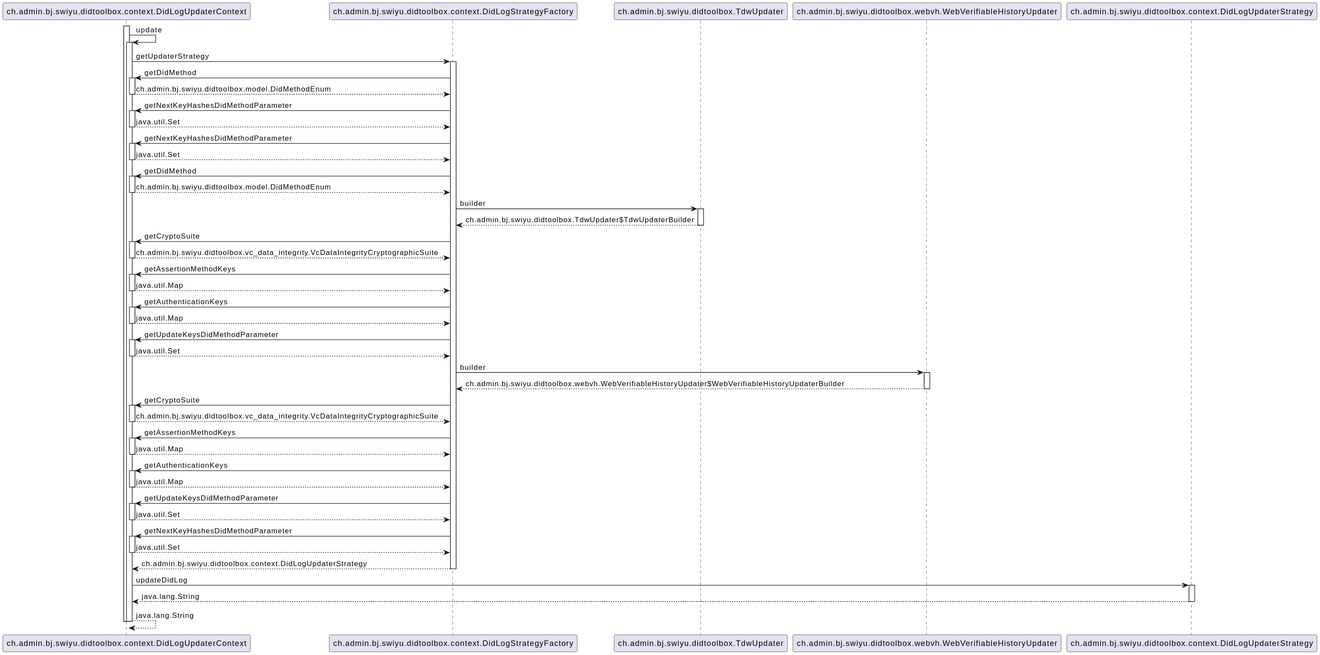
Above: src/main/plantuml/DidLogUpdaterContext-update.svg in swiyu-admin-ch/didtoolbox-java (PlantUML), before the change.
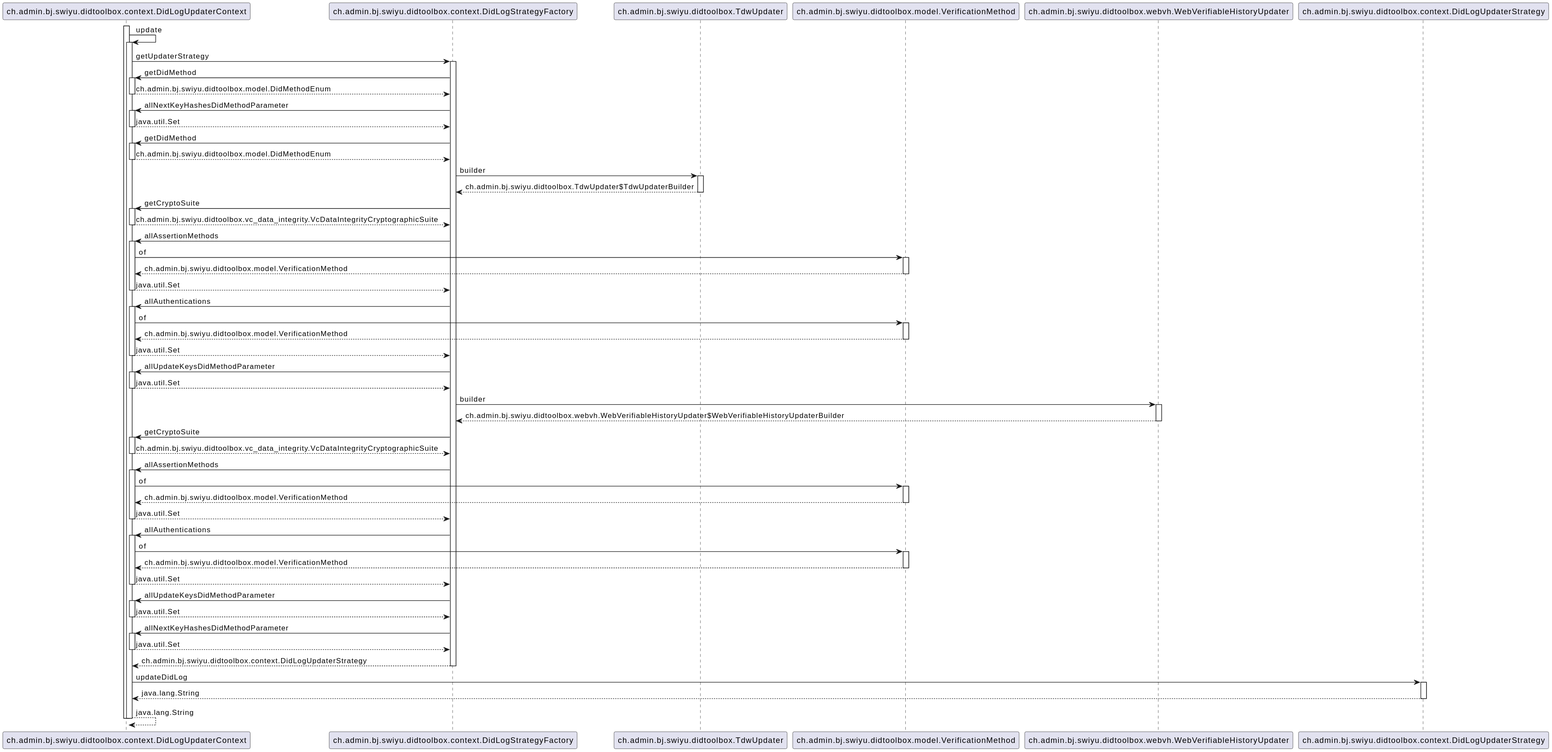
After the commit.

Change to the diagram source:
```diff
@@ -2,6 +2,7 @@
 participant ch.admin.bj.swiyu.didtoolbox.context.DidLogUpdaterContext
 participant ch.admin.bj.swiyu.didtoolbox.context.DidLogStrategyFactory
 participant ch.admin.bj.swiyu.didtoolbox.TdwUpdater
+participant ch.admin.bj.swiyu.didtoolbox.model.VerificationMethod
 participant ch.admin.bj.swiyu.didtoolbox.webvh.WebVerifiableHistoryUpdater
 participant ch.admin.bj.swiyu.didtoolbox.context.DidLogUpdaterStrategy
 
@@ -14,11 +15,7 @@
 			activate ch.admin.bj.swiyu.didtoolbox.context.DidLogUpdaterContext
 				ch.admin.bj.swiyu.didtoolbox.context.DidLogUpdaterContext --> ch.admin.bj.swiyu.didtoolbox.context.DidLogStrategyFactory : ch.admin.bj.swiyu.didtoolbox.model.DidMethodEnum
 			deactivate ch.admin.bj.swiyu.didtoolbox.context.DidLogUpdaterContext
-			ch.admin.bj.swiyu.didtoolbox.context.DidLogStrategyFactory -> ch.admin.bj.swiyu.didtoolbox.context.DidLogUpdaterContext : getNextKeyHashesDidMethodParameter
-			activate ch.admin.bj.swiyu.didtoolbox.context.DidLogUpdaterContext
-				ch.admin.bj.swiyu.didtoolbox.context.DidLogUpdaterContext --> ch.admin.bj.swiyu.didtoolbox.context.DidLogStrategyFactory : java.util.Set
-			deactivate ch.admin.bj.swiyu.didtoolbox.context.DidLogUpdaterContext
-			ch.admin.bj.swiyu.didtoolbox.context.DidLogStrategyFactory -> ch.admin.bj.swiyu.didtoolbox.context.DidLogUpdaterContext : getNextKeyHashesDidMethodParameter
+			ch.admin.bj.swiyu.didtoolbox.context.DidLogStrategyFactory -> ch.admin.bj.swiyu.didtoolbox.context.DidLogUpdaterContext : allNextKeyHashesDidMethodParameter
 			activate ch.admin.bj.swiyu.didtoolbox.context.DidLogUpdaterContext
 				ch.admin.bj.swiyu.didtoolbox.context.DidLogUpdaterContext --> ch.admin.bj.swiyu.didtoolbox.context.DidLogStrategyFactory : java.util.Set
 			deactivate ch.admin.bj.swiyu.didtoolbox.context.DidLogUpdaterContext
@@ -34,15 +31,23 @@
 			activate ch.admin.bj.swiyu.didtoolbox.context.DidLogUpdaterContext
 				ch.admin.bj.swiyu.didtoolbox.context.DidLogUpdaterContext --> ch.admin.bj.swiyu.didtoolbox.context.DidLogStrategyFactory : ch.admin.bj.swiyu.didtoolbox.vc_data_integrity.VcDataIntegrityCryptographicSuite
 			deactivate ch.admin.bj.swiyu.didtoolbox.context.DidLogUpdaterContext
-			ch.admin.bj.swiyu.didtoolbox.context.DidLogStrategyFactory -> ch.admin.bj.swiyu.didtoolbox.context.DidLogUpdaterContext : getAssertionMethodKeys
+			ch.admin.bj.swiyu.didtoolbox.context.DidLogStrategyFactory -> ch.admin.bj.swiyu.didtoolbox.context.DidLogUpdaterContext : allAssertionMethods
 			activate ch.admin.bj.swiyu.didtoolbox.context.DidLogUpdaterContext
-				ch.admin.bj.swiyu.didtoolbox.context.DidLogUpdaterContext --> ch.admin.bj.swiyu.didtoolbox.context.DidLogStrategyFactory : java.util.Map
+				ch.admin.bj.swiyu.didtoolbox.context.DidLogUpdaterContext -> ch.admin.bj.swiyu.didtoolbox.model.VerificationMethod : of
+				activate ch.admin.bj.swiyu.didtoolbox.model.VerificationMethod
+					ch.admin.bj.swiyu.didtoolbox.model.VerificationMethod --> ch.admin.bj.swiyu.didtoolbox.context.DidLogUpdaterContext : ch.admin.bj.swiyu.didtoolbox.model.VerificationMethod
+				deactivate ch.admin.bj.swiyu.didtoolbox.model.VerificationMethod
+				ch.admin.bj.swiyu.didtoolbox.context.DidLogUpdaterContext --> ch.admin.bj.swiyu.didtoolbox.context.DidLogStrategyFactory : java.util.Set
 			deactivate ch.admin.bj.swiyu.didtoolbox.context.DidLogUpdaterContext
-			ch.admin.bj.swiyu.didtoolbox.context.DidLogStrategyFactory -> ch.admin.bj.swiyu.didtoolbox.context.DidLogUpdaterContext : getAuthenticationKeys
+			ch.admin.bj.swiyu.didtoolbox.context.DidLogStrategyFactory -> ch.admin.bj.swiyu.didtoolbox.context.DidLogUpdaterContext : allAuthentications
 			activate ch.admin.bj.swiyu.didtoolbox.context.DidLogUpdaterContext
-				ch.admin.bj.swiyu.didtoolbox.context.DidLogUpdaterContext --> ch.admin.bj.swiyu.didtoolbox.context.DidLogStrategyFactory : java.util.Map
+				ch.admin.bj.swiyu.didtoolbox.context.DidLogUpdaterContext -> ch.admin.bj.swiyu.didtoolbox.model.VerificationMethod : of
+				activate ch.admin.bj.swiyu.didtoolbox.model.VerificationMethod
+					ch.admin.bj.swiyu.didtoolbox.model.VerificationMethod --> ch.admin.bj.swiyu.didtoolbox.context.DidLogUpdaterContext : ch.admin.bj.swiyu.didtoolbox.model.VerificationMethod
+				deactivate ch.admin.bj.swiyu.didtoolbox.model.VerificationMethod
+				ch.admin.bj.swiyu.didtoolbox.context.DidLogUpdaterContext --> ch.admin.bj.swiyu.didtoolbox.context.DidLogStrategyFactory : java.util.Set
 			deactivate ch.admin.bj.swiyu.didtoolbox.context.DidLogUpdaterContext
-			ch.admin.bj.swiyu.didtoolbox.context.DidLogStrategyFactory -> ch.admin.bj.swiyu.didtoolbox.context.DidLogUpdaterContext : getUpdateKeysDidMethodParameter
+			ch.admin.bj.swiyu.didtoolbox.context.DidLogStrategyFactory -> ch.admin.bj.swiyu.didtoolbox.context.DidLogUpdaterContext : allUpdateKeysDidMethodParameter
 			activate ch.admin.bj.swiyu.didtoolbox.context.DidLogUpdaterContext
 				ch.admin.bj.swiyu.didtoolbox.context.DidLogUpdaterContext --> ch.admin.bj.swiyu.didtoolbox.context.DidLogStrategyFactory : java.util.Set
 			deactivate ch.admin.bj.swiyu.didtoolbox.context.DidLogUpdaterContext
@@ -54,19 +59,27 @@
 			activate ch.admin.bj.swiyu.didtoolbox.context.DidLogUpdaterContext
 				ch.admin.bj.swiyu.didtoolbox.context.DidLogUpdaterContext --> ch.admin.bj.swiyu.didtoolbox.context.DidLogStrategyFactory : ch.admin.bj.swiyu.didtoolbox.vc_data_integrity.VcDataIntegrityCryptographicSuite
 			deactivate ch.admin.bj.swiyu.didtoolbox.context.DidLogUpdaterContext
-			ch.admin.bj.swiyu.didtoolbox.context.DidLogStrategyFactory -> ch.admin.bj.swiyu.didtoolbox.context.DidLogUpdaterContext : getAssertionMethodKeys
+			ch.admin.bj.swiyu.didtoolbox.context.DidLogStrategyFactory -> ch.admin.bj.swiyu.didtoolbox.context.DidLogUpdaterContext : allAssertionMethods
 			activate ch.admin.bj.swiyu.didtoolbox.context.DidLogUpdaterContext
-				ch.admin.bj.swiyu.didtoolbox.context.DidLogUpdaterContext --> ch.admin.bj.swiyu.didtoolbox.context.DidLogStrategyFactory : java.util.Map
+				ch.admin.bj.swiyu.didtoolbox.context.DidLogUpdaterContext -> ch.admin.bj.swiyu.didtoolbox.model.VerificationMethod : of
+				activate ch.admin.bj.swiyu.didtoolbox.model.VerificationMethod
+					ch.admin.bj.swiyu.didtoolbox.model.VerificationMethod --> ch.admin.bj.swiyu.didtoolbox.context.DidLogUpdaterContext : ch.admin.bj.swiyu.didtoolbox.model.VerificationMethod
+				deactivate ch.admin.bj.swiyu.didtoolbox.model.VerificationMethod
+				ch.admin.bj.swiyu.didtoolbox.context.DidLogUpdaterContext --> ch.admin.bj.swiyu.didtoolbox.context.DidLogStrategyFactory : java.util.Set
 			deactivate ch.admin.bj.swiyu.didtoolbox.context.DidLogUpdaterContext
-			ch.admin.bj.swiyu.didtoolbox.context.DidLogStrategyFactory -> ch.admin.bj.swiyu.didtoolbox.context.DidLogUpdaterContext : getAuthenticationKeys
+			ch.admin.bj.swiyu.didtoolbox.context.DidLogStrategyFactory -> ch.admin.bj.swiyu.didtoolbox.context.DidLogUpdaterContext : allAuthentications
 			activate ch.admin.bj.swiyu.didtoolbox.context.DidLogUpdaterContext
-				ch.admin.bj.swiyu.didtoolbox.context.DidLogUpdaterContext --> ch.admin.bj.swiyu.didtoolbox.context.DidLogStrategyFactory : java.util.Map
+				ch.admin.bj.swiyu.didtoolbox.context.DidLogUpdaterContext -> ch.admin.bj.swiyu.didtoolbox.model.VerificationMethod : of
+				activate ch.admin.bj.swiyu.didtoolbox.model.VerificationMethod
+					ch.admin.bj.swiyu.didtoolbox.model.VerificationMethod --> ch.admin.bj.swiyu.didtoolbox.context.DidLogUpdaterContext : ch.admin.bj.swiyu.didtoolbox.model.VerificationMethod
+				deactivate ch.admin.bj.swiyu.didtoolbox.model.VerificationMethod
+				ch.admin.bj.swiyu.didtoolbox.context.DidLogUpdaterContext --> ch.admin.bj.swiyu.didtoolbox.context.DidLogStrategyFactory : java.util.Set
 			deactivate ch.admin.bj.swiyu.didtoolbox.context.DidLogUpdaterContext
-			ch.admin.bj.swiyu.didtoolbox.context.DidLogStrategyFactory -> ch.admin.bj.swiyu.didtoolbox.context.DidLogUpdaterContext : getUpdateKeysDidMethodParameter
+			ch.admin.bj.swiyu.didtoolbox.context.DidLogStrategyFactory -> ch.admin.bj.swiyu.didtoolbox.context.DidLogUpdaterContext : allUpdateKeysDidMethodParameter
 			activate ch.admin.bj.swiyu.didtoolbox.context.DidLogUpdaterContext
 				ch.admin.bj.swiyu.didtoolbox.context.DidLogUpdaterContext --> ch.admin.bj.swiyu.didtoolbox.context.DidLogStrategyFactory : java.util.Set
 			deactivate ch.admin.bj.swiyu.didtoolbox.context.DidLogUpdaterContext
-			ch.admin.bj.swiyu.didtoolbox.context.DidLogStrategyFactory -> ch.admin.bj.swiyu.didtoolbox.context.DidLogUpdaterContext : getNextKeyHashesDidMethodParameter
+			ch.admin.bj.swiyu.didtoolbox.context.DidLogStrategyFactory -> ch.admin.bj.swiyu.didtoolbox.context.DidLogUpdaterContext : allNextKeyHashesDidMethodParameter
 			activate ch.admin.bj.swiyu.didtoolbox.context.DidLogUpdaterContext
 				ch.admin.bj.swiyu.didtoolbox.context.DidLogUpdaterContext --> ch.admin.bj.swiyu.didtoolbox.context.DidLogStrategyFactory : java.util.Set
 			deactivate ch.admin.bj.swiyu.didtoolbox.context.DidLogUpdaterContext
```
